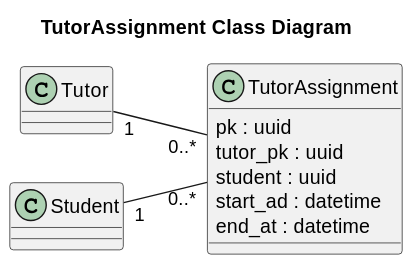
Above: docs/diagrams/classes/tutor_assignment.svg in KMBCL/P3_specifications (PlantUML), before the change.
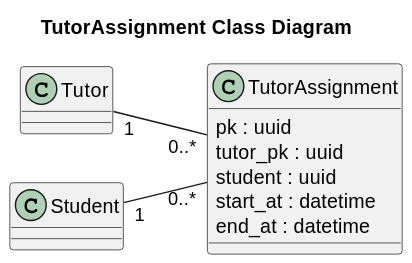
The same file after the commit.

What changed in the source:
```diff
@@ -7,7 +7,7 @@
     pk : uuid
     tutor_pk : uuid
     student : uuid
-    start_ad : datetime
+    start_at : datetime
     end_at : datetime
 }
 
```
